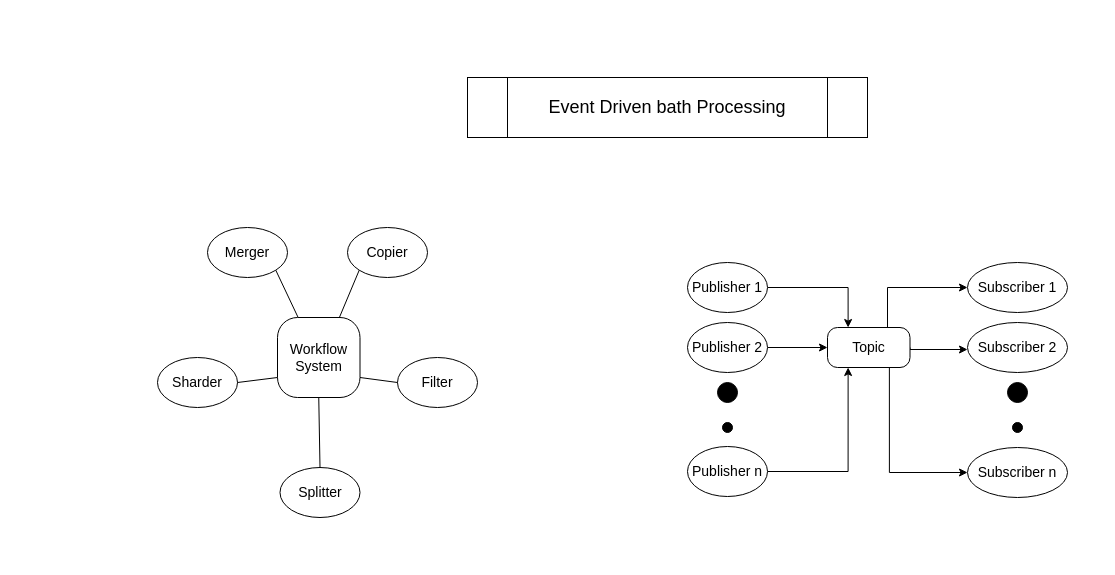
Before: Untitled Diagram.drawio in SuvroDebnath/CSE707, a draw.io diagram. Source tidied: cells renumbered, new cells numbered last; positions are measured from the earlier drawing's top-left corner, leaving out a move shared by most shapes. Both pictures are drawn from the tidied source at 100%, with x=0, y=0 at pixel (157, 77).
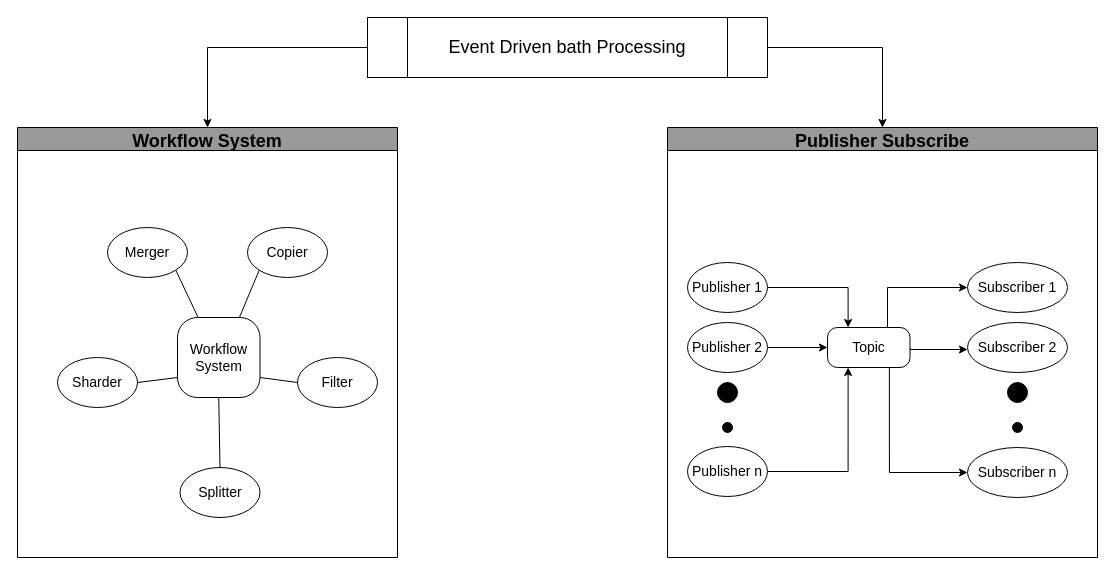
The same diagram, later.

Diff of the diagram source:
```diff
@@
     <mxCell id="2" value="Workflow System" style="rounded=1;whiteSpace=wrap;html=1;fontSize=14;arcSize=25;" parent="1" vertex="1">
-      <mxGeometry x="120" y="240" width="82.5" height="80" as="geometry" />
+      <mxGeometry x="20" y="240" width="82.5" height="80" as="geometry" />
     </mxCell>
     <mxCell id="3" value="Copier" style="ellipse;whiteSpace=wrap;html=1;fontSize=14;" parent="1" vertex="1">
-      <mxGeometry x="190" y="150" width="80" height="50" as="geometry" />
+      <mxGeometry x="90" y="150" width="80" height="50" as="geometry" />
     </mxCell>
@@
     <mxCell id="5" value="Filter" style="ellipse;whiteSpace=wrap;html=1;fontSize=14;" parent="1" vertex="1">
-      <mxGeometry x="240" y="280" width="80" height="50" as="geometry" />
+      <mxGeometry x="140" y="280" width="80" height="50" as="geometry" />
     </mxCell>
     <mxCell id="6" value="Splitter" style="ellipse;whiteSpace=wrap;html=1;fontSize=14;" parent="1" vertex="1">
-      <mxGeometry x="122.5" y="390" width="80" height="50" as="geometry" />
+      <mxGeometry x="22.5" y="390" width="80" height="50" as="geometry" />
     </mxCell>
     <mxCell id="7" value="Sharder" style="ellipse;whiteSpace=wrap;html=1;fontSize=14;" parent="1" vertex="1">
-      <mxGeometry y="280" width="80" height="50" as="geometry" />
+      <mxGeometry x="-100" y="280" width="80" height="50" as="geometry" />
     </mxCell>
     <mxCell id="8" value="Merger" style="ellipse;whiteSpace=wrap;html=1;fontSize=14;" parent="1" vertex="1">
-      <mxGeometry x="50" y="150" width="80" height="50" as="geometry" />
+      <mxGeometry x="-50" y="150" width="80" height="50" as="geometry" />
     </mxCell>
@@
+    <mxCell id="31" style="edgeStyle=orthogonalEdgeStyle;rounded=0;jettySize=auto;html=1;exitX=0;exitY=0.5;exitDx=0;exitDy=0;entryX=0.5;entryY=0;entryDx=0;entryDy=0;fontSize=18;" parent="1" edge="1" source="13" target="33">
+      <mxGeometry relative="1" as="geometry" />
+    </mxCell>
+    <mxCell id="32" style="edgeStyle=orthogonalEdgeStyle;rounded=0;jettySize=auto;html=1;exitX=1;exitY=0.5;exitDx=0;exitDy=0;entryX=0.5;entryY=0;entryDx=0;entryDy=0;fontSize=18;" parent="1" edge="1" source="13" target="34">
+      <mxGeometry relative="1" as="geometry" />
+    </mxCell>
     <mxCell id="13" value="&lt;span&gt;&lt;font style=&quot;font-size: 18px&quot;&gt;Event Driven bath Processing&lt;/font&gt;&lt;/span&gt;" style="shape=process;whiteSpace=wrap;html=1;backgroundOutline=1;fontSize=14;fillColor=none;" parent="1" vertex="1">
-      <mxGeometry x="310" width="400" height="60" as="geometry" />
+      <mxGeometry x="210" y="-60" width="400" height="60" as="geometry" />
     </mxCell>
@@
+    <mxCell id="33" value="Workflow System" style="swimlane;fontSize=18;fillColor=#999999;" parent="1" vertex="1">
+      <mxGeometry x="-140" y="50" width="380" height="430" as="geometry" />
+    </mxCell>
+    <mxCell id="34" value="Publisher Subscribe" style="swimlane;fontSize=18;fillColor=#999999;" parent="1" vertex="1">
+      <mxGeometry x="510" y="50" width="430" height="430" as="geometry" />
+    </mxCell>
```
